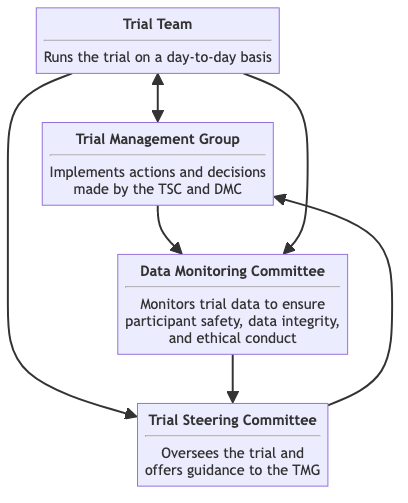
Earlier version of the Mermaid export shared-assets/trial-organisation-overview-figure.png (martingerdin/advance-trauma-trial). Its source is kept beside it as shared-assets/trial-organisation-overview-figure.mmd.
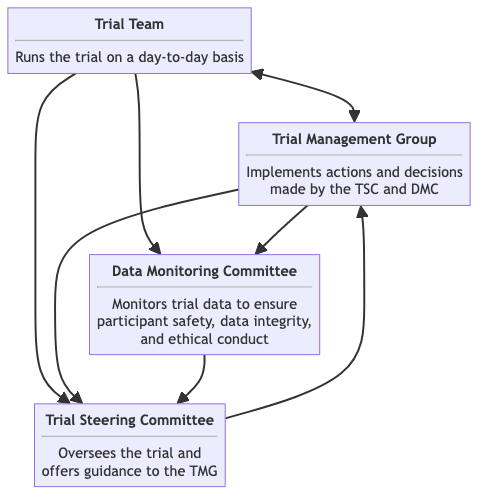
The same file after the commit.

Change to the diagram source:
```diff
@@ -6,8 +6,9 @@
     TSC[<b>Trial Steering Committee</b><hr>Oversees the trial and<br>offers guidance to the TMG]
     DMC[<b>Data Monitoring Committee</b><hr>Monitors trial data to ensure<br>participant safety, data integrity,<br>and ethical conduct]
     TT <--> TMG
-    TMG --> DMC
     TT --> DMC
     TT --> TSC
+    TMG --> DMC
+    TMG --> TSC
     TSC --> TMG
     DMC --> TSC
```
